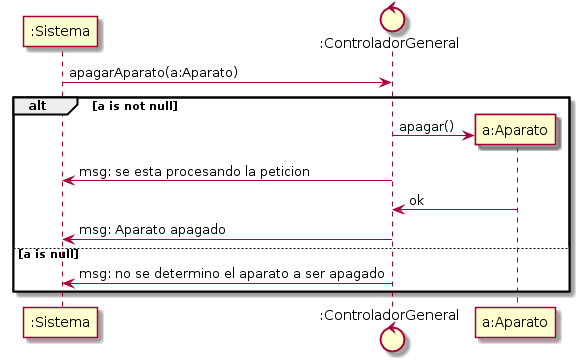
Above: Integrador/PCHouse/UMLDoc/Diagrama Secuencia Diseño/diagrama_secuencia_diseño_-_apagarAparato_-_v0-1.png in ulisescolina/UC-POOII (PlantUML), before the change.
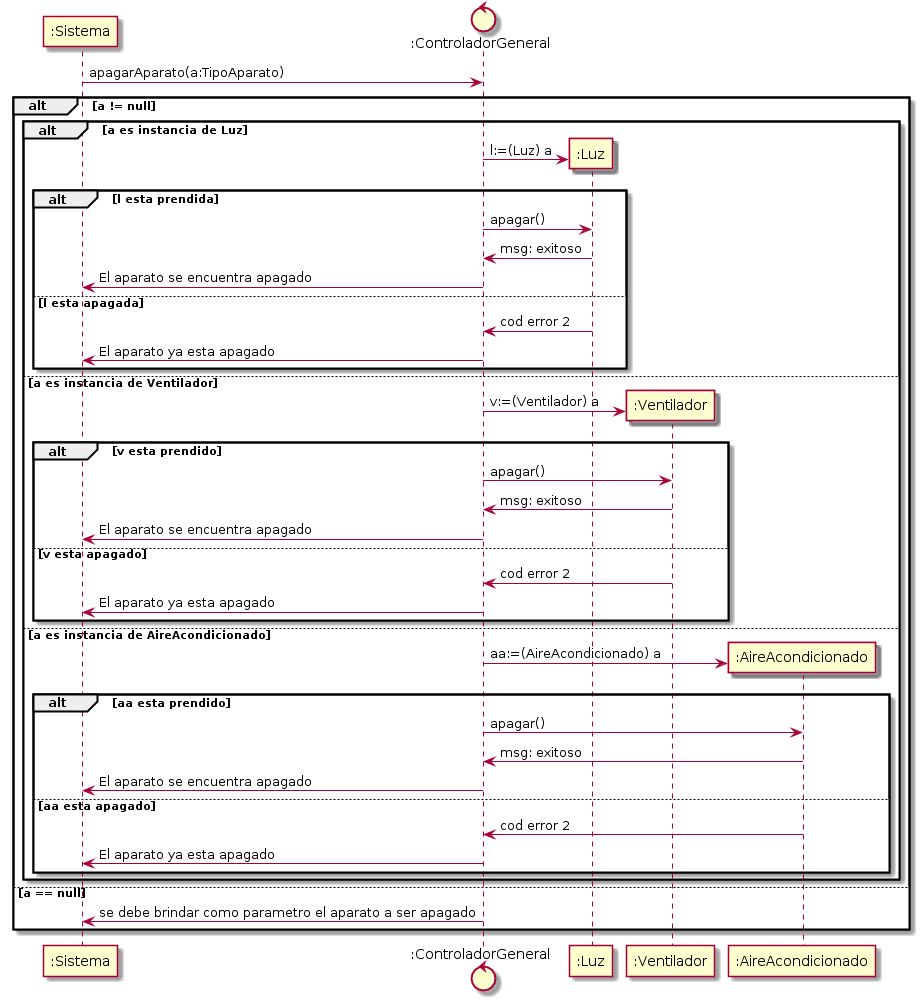
After the change.

Commit message:
DSD prender/apagar Aparato: ahora refleja el casteo para las operaciones con los objetos, y se condice mejor con los contratos y sus condiciones

Diff of the diagram source:
```diff
@@ -2,17 +2,48 @@
 
 participant ":Sistema" as S
 control ":ControladorGeneral" as CG
-participant "a:Aparato" as A
+participant ":Luz" as L
+participant ":Ventilador" as V
+participant ":AireAcondicionado" as AA
 
+S -> CG: apagarAparato(a:TipoAparato)
+alt a != null
+        alt a es instancia de Luz
+                create L
+                CG -> L: l:=(Luz) a
+                alt l esta prendida
+                        CG -> L: apagar()
+                        L -> CG: msg: exitoso
+                        CG -> S: El aparato se encuentra apagado
+                else l esta apagada
+                        L -> CG: cod error 2
+                        CG -> S: El aparato ya esta apagado
+                end
+        else a es instancia de Ventilador
+                create V
+                CG -> V: v:=(Ventilador) a
+                alt v esta prendido
+                        CG -> V: apagar()
+                        V -> CG: msg: exitoso
+                        CG -> S: El aparato se encuentra apagado
+                else v esta apagado
+                        V -> CG: cod error 2
+                        CG -> S: El aparato ya esta apagado
+                end
+        else a es instancia de AireAcondicionado
+                create AA
+                CG -> AA: aa:=(AireAcondicionado) a
+                alt aa esta prendido
+                        CG -> AA: apagar()
+                        AA -> CG: msg: exitoso
+                        CG -> S: El aparato se encuentra apagado
+                else aa esta apagado
+                        AA -> CG: cod error 2
+                        CG -> S: El aparato ya esta apagado
+                end
+        end
+else a == null
+        CG -> S: se debe brindar como parametro el aparato a ser apagado
+end
 
-S -> CG: apagarAparato(a:Aparato)
-alt a is not null
-  create A
-  CG -> A: apagar()
-  CG -> S: msg: se esta procesando la peticion
-  A -> CG: ok
-  CG -> S: msg: Aparato apagado
-else a is null
-  CG -> S: msg: no se determino el aparato a ser apagado
-end
 @enduml
```
